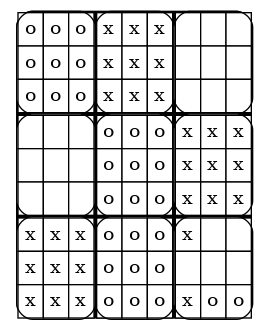
Above: output.png in JetMagpie/FilRouge_Super_Morpion (Graphviz), before the change. Its source is kept beside it as output.dot.
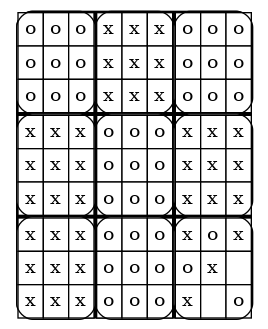
After the commit.

Change to the diagram source:
```diff
@@ -41,19 +41,19 @@
 </TD>
       <TD><TABLE border="1" cellspacing="0" cellpadding="4" style="rounded" bgcolor="white">
   <TR>
-<TD bgcolor="white"> </TD>
-<TD bgcolor="white"> </TD>
-<TD bgcolor="white"> </TD>
+<TD bgcolor="white">o</TD>
+<TD bgcolor="white">o</TD>
+<TD bgcolor="white">o</TD>
   </TR>
   <TR>
-<TD bgcolor="white"> </TD>
-<TD bgcolor="white"> </TD>
-<TD bgcolor="white"> </TD>
+<TD bgcolor="white">o</TD>
+<TD bgcolor="white">o</TD>
+<TD bgcolor="white">o</TD>
   </TR>
   <TR>
-<TD bgcolor="white"> </TD>
-<TD bgcolor="white"> </TD>
-<TD bgcolor="white"> </TD>
+<TD bgcolor="white">o</TD>
+<TD bgcolor="white">o</TD>
+<TD bgcolor="white">o</TD>
   </TR>
 </TABLE>
 </TD>
@@ -61,19 +61,19 @@
     <TR>
       <TD><TABLE border="1" cellspacing="0" cellpadding="4" style="rounded" bgcolor="white">
   <TR>
-<TD bgcolor="white"> </TD>
-<TD bgcolor="white"> </TD>
-<TD bgcolor="white"> </TD>
+<TD bgcolor="white">x</TD>
+<TD bgcolor="white">x</TD>
+<TD bgcolor="white">x</TD>
   </TR>
   <TR>
-<TD bgcolor="white"> </TD>
-<TD bgcolor="white"> </TD>
-<TD bgcolor="white"> </TD>
+<TD bgcolor="white">x</TD>
+<TD bgcolor="white">x</TD>
+<TD bgcolor="white">x</TD>
   </TR>
   <TR>
-<TD bgcolor="white"> </TD>
-<TD bgcolor="white"> </TD>
-<TD bgcolor="white"> </TD>
+<TD bgcolor="white">x</TD>
+<TD bgcolor="white">x</TD>
+<TD bgcolor="white">x</TD>
   </TR>
 </TABLE>
 </TD>
@@ -154,17 +154,17 @@
       <TD><TABLE border="1" cellspacing="0" cellpadding="4" style="rounded" bgcolor="white">
   <TR>
 <TD bgcolor="white">x</TD>
-<TD bgcolor="white"> </TD>
-<TD bgcolor="white"> </TD>
+<TD bgcolor="white">o</TD>
+<TD bgcolor="white">x</TD>
   </TR>
   <TR>
-<TD bgcolor="white"> </TD>
-<TD bgcolor="white"> </TD>
+<TD bgcolor="white">o</TD>
+<TD bgcolor="white">x</TD>
 <TD bgcolor="white"> </TD>
   </TR>
   <TR>
 <TD bgcolor="white">x</TD>
-<TD bgcolor="white">o</TD>
+<TD bgcolor="white"> </TD>
 <TD bgcolor="white">o</TD>
   </TR>
 </TABLE>
```
